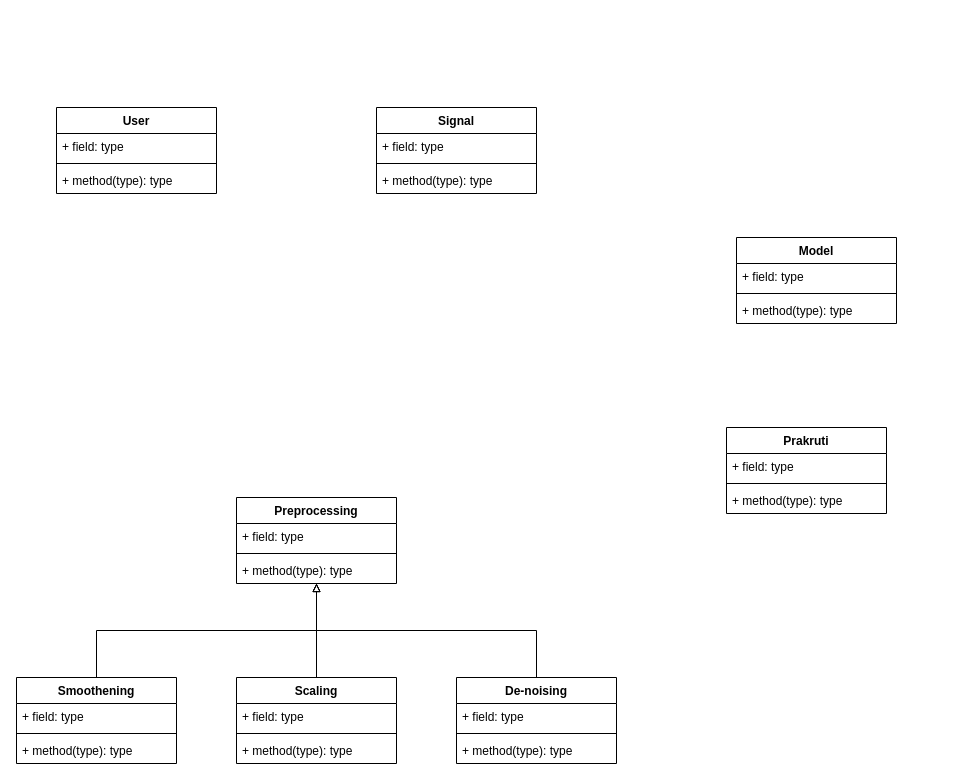
This is page "class" (3 of 8) of nadi.drawio from MohitBurkule/nadi, a draw.io file, before an edit. Source tidied: cells renumbered, new cells numbered last; positions are measured from the earlier drawing's top-left corner, leaving out a move shared by most shapes. Both pictures are drawn from the tidied source at 100%, with x=0, y=0 at pixel (16, 107).
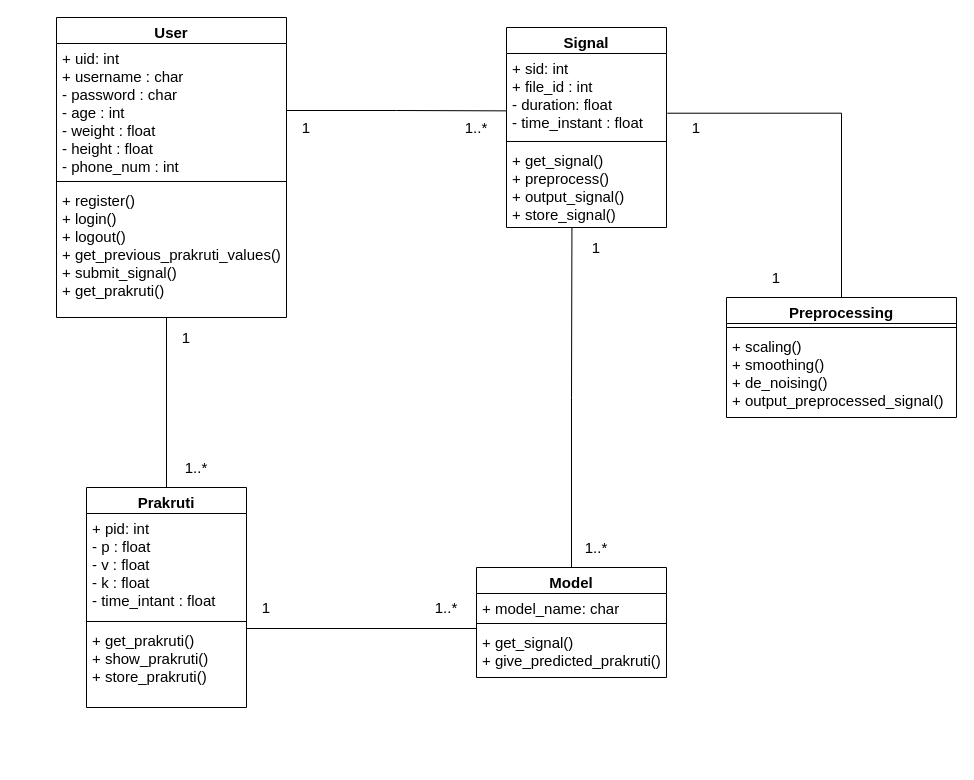
The same page after the edit.

Diff of the diagram source:
```diff
@@
-    <mxCell id="2" value="User" style="swimlane;fontStyle=1;align=center;verticalAlign=top;horizontal=1;startSize=26;" parent="1" vertex="1">
-      <mxGeometry x="40" width="160" height="86" as="geometry" />
+    <mxCell id="2" value="User" style="swimlane;fontStyle=1;align=center;verticalAlign=top;horizontal=1;startSize=26;fontSize=15;" parent="1" vertex="1">
+      <mxGeometry x="40" y="-90" width="230" height="300" as="geometry" />
     </mxCell>
-    <mxCell id="3" value="+ field: type" style="text;strokeColor=none;fillColor=none;align=left;verticalAlign=top;spacingLeft=4;spacingRight=4;overflow=hidden;points=[[0,0.5],[1,0.5]];portConstraint=eastwest;" parent="2" vertex="1">
-      <mxGeometry y="26" width="160" height="26" as="geometry" />
+    <mxCell id="3" value="+ uid: int&#10;+ username : char&#10;- password : char&#10;- age : int&#10;- weight : float&#10;- height : float&#10;- phone_num : int" style="text;strokeColor=none;fillColor=none;align=left;verticalAlign=top;spacingLeft=4;spacingRight=4;overflow=hidden;points=[[0,0.5],[1,0.5]];portConstraint=eastwest;fontSize=15;" parent="2" vertex="1">
+      <mxGeometry y="26" width="230" height="134" as="geometry" />
     </mxCell>
     <mxCell id="4" style="line;strokeWidth=1;fillColor=none;align=left;verticalAlign=middle;spacingTop=-1;spacingLeft=3;spacingRight=3;labelPosition=right;" parent="2" vertex="1">
-      <mxGeometry y="52" width="160" height="8" as="geometry" />
+      <mxGeometry y="160" width="230" height="8" as="geometry" />
     </mxCell>
-    <mxCell id="5" value="+ method(type): type" style="text;strokeColor=none;fillColor=none;align=left;verticalAlign=top;spacingLeft=4;spacingRight=4;overflow=hidden;" parent="2" vertex="1">
-      <mxGeometry y="60" width="160" height="26" as="geometry" />
+    <mxCell id="5" value="+ register()&#10;+ login()&#10;+ logout()&#10;+ get_previous_prakruti_values()&#10;+ submit_signal()&#10;+ get_prakruti()" style="text;strokeColor=none;fillColor=none;align=left;verticalAlign=top;spacingLeft=4;spacingRight=4;overflow=hidden;fontSize=15;fontStyle=0;" parent="2" vertex="1">
+      <mxGeometry y="168" width="230" height="132" as="geometry" />
     </mxCell>
+    <mxCell id="37" style="edgeStyle=orthogonalEdgeStyle;rounded=0;jettySize=auto;html=1;exitX=0.5;exitY=0;exitDx=0;exitDy=0;entryX=1.005;entryY=0.711;entryDx=0;entryDy=0;entryPerimeter=0;endArrow=none;endFill=0;fontSize=15;" parent="1" edge="1" source="6" target="26">
+      <mxGeometry relative="1" as="geometry" />
+    </mxCell>
-    <mxCell id="6" value="Preprocessing" style="swimlane;fontStyle=1;align=center;verticalAlign=top;horizontal=1;startSize=26;" parent="1" vertex="1">
-      <mxGeometry x="220" y="390" width="160" height="86" as="geometry" />
+    <mxCell id="6" value="Preprocessing" style="swimlane;fontStyle=1;align=center;verticalAlign=top;horizontal=1;startSize=26;fontSize=15;" parent="1" vertex="1">
+      <mxGeometry x="710" y="190" width="230" height="120" as="geometry" />
     </mxCell>
-    <mxCell id="7" value="+ field: type" style="text;strokeColor=none;fillColor=none;align=left;verticalAlign=top;spacingLeft=4;spacingRight=4;overflow=hidden;" parent="6" vertex="1">
-      <mxGeometry y="26" width="160" height="26" as="geometry" />
-    </mxCell>
     <mxCell id="8" style="line;strokeWidth=1;fillColor=none;align=left;verticalAlign=middle;spacingTop=-1;spacingLeft=3;spacingRight=3;labelPosition=right;" parent="6" vertex="1">
-      <mxGeometry y="52" width="160" height="8" as="geometry" />
+      <mxGeometry y="26" width="230" height="8" as="geometry" />
     </mxCell>
-    <mxCell id="9" value="+ method(type): type" style="text;strokeColor=none;fillColor=none;align=left;verticalAlign=top;spacingLeft=4;spacingRight=4;overflow=hidden;" parent="6" vertex="1">
-      <mxGeometry y="60" width="160" height="26" as="geometry" />
+    <mxCell id="9" value="+ scaling()&#10;+ smoothing()&#10;+ de_noising()&#10;+ output_preprocessed_signal()" style="text;strokeColor=none;fillColor=none;align=left;verticalAlign=top;spacingLeft=4;spacingRight=4;overflow=hidden;fontSize=15;" parent="6" vertex="1">
+      <mxGeometry y="34" width="230" height="86" as="geometry" />
     </mxCell>
-    <mxCell id="10" style="edgeStyle=orthogonalEdgeStyle;rounded=0;jettySize=auto;html=1;exitX=0.5;exitY=0;exitDx=0;exitDy=0;endArrow=block;endFill=0;" parent="1" edge="1" source="11" target="6">
-      <mxGeometry relative="1" as="geometry" />
-    </mxCell>
-    <mxCell id="11" value="Smoothening" style="swimlane;fontStyle=1;align=center;verticalAlign=top;horizontal=1;startSize=26;" parent="1" vertex="1">
-      <mxGeometry y="570" width="160" height="86" as="geometry" />
-    </mxCell>
-    <mxCell id="12" value="+ field: type" style="text;strokeColor=none;fillColor=none;align=left;verticalAlign=top;spacingLeft=4;spacingRight=4;overflow=hidden;" parent="11" vertex="1">
-      <mxGeometry y="26" width="160" height="26" as="geometry" />
-    </mxCell>
-    <mxCell id="13" style="line;strokeWidth=1;fillColor=none;align=left;verticalAlign=middle;spacingTop=-1;spacingLeft=3;spacingRight=3;labelPosition=right;" parent="11" vertex="1">
-      <mxGeometry y="52" width="160" height="8" as="geometry" />
-    </mxCell>
-    <mxCell id="14" value="+ method(type): type" style="text;strokeColor=none;fillColor=none;align=left;verticalAlign=top;spacingLeft=4;spacingRight=4;overflow=hidden;" parent="11" vertex="1">
-      <mxGeometry y="60" width="160" height="26" as="geometry" />
-    </mxCell>
-    <mxCell id="15" style="edgeStyle=orthogonalEdgeStyle;rounded=0;jettySize=auto;html=1;exitX=0.5;exitY=0;exitDx=0;exitDy=0;endArrow=block;endFill=0;" parent="1" edge="1" source="16" target="6">
-      <mxGeometry relative="1" as="geometry" />
-    </mxCell>
-    <mxCell id="16" value="Scaling" style="swimlane;fontStyle=1;align=center;verticalAlign=top;horizontal=1;startSize=26;" parent="1" vertex="1">
-      <mxGeometry x="220" y="570" width="160" height="86" as="geometry" />
-    </mxCell>
-    <mxCell id="17" value="+ field: type" style="text;strokeColor=none;fillColor=none;align=left;verticalAlign=top;spacingLeft=4;spacingRight=4;overflow=hidden;" parent="16" vertex="1">
-      <mxGeometry y="26" width="160" height="26" as="geometry" />
-    </mxCell>
-    <mxCell id="18" style="line;strokeWidth=1;fillColor=none;align=left;verticalAlign=middle;spacingTop=-1;spacingLeft=3;spacingRight=3;labelPosition=right;" parent="16" vertex="1">
-      <mxGeometry y="52" width="160" height="8" as="geometry" />
-    </mxCell>
-    <mxCell id="19" value="+ method(type): type" style="text;strokeColor=none;fillColor=none;align=left;verticalAlign=top;spacingLeft=4;spacingRight=4;overflow=hidden;" parent="16" vertex="1">
-      <mxGeometry y="60" width="160" height="26" as="geometry" />
-    </mxCell>
-    <mxCell id="20" style="edgeStyle=orthogonalEdgeStyle;rounded=0;jettySize=auto;html=1;exitX=0.5;exitY=0;exitDx=0;exitDy=0;endArrow=block;endFill=0;" parent="1" edge="1" source="21" target="6">
-      <mxGeometry relative="1" as="geometry" />
-    </mxCell>
-    <mxCell id="21" value="De-noising" style="swimlane;fontStyle=1;align=center;verticalAlign=top;horizontal=1;startSize=26;" parent="1" vertex="1">
-      <mxGeometry x="440" y="570" width="160" height="86" as="geometry" />
-    </mxCell>
-    <mxCell id="22" value="+ field: type" style="text;strokeColor=none;fillColor=none;align=left;verticalAlign=top;spacingLeft=4;spacingRight=4;overflow=hidden;" parent="21" vertex="1">
-      <mxGeometry y="26" width="160" height="26" as="geometry" />
-    </mxCell>
-    <mxCell id="23" style="line;strokeWidth=1;fillColor=none;align=left;verticalAlign=middle;spacingTop=-1;spacingLeft=3;spacingRight=3;labelPosition=right;" parent="21" vertex="1">
-      <mxGeometry y="52" width="160" height="8" as="geometry" />
-    </mxCell>
-    <mxCell id="24" value="+ method(type): type" style="text;strokeColor=none;fillColor=none;align=left;verticalAlign=top;spacingLeft=4;spacingRight=4;overflow=hidden;" parent="21" vertex="1">
-      <mxGeometry y="60" width="160" height="26" as="geometry" />
-    </mxCell>
-    <mxCell id="25" value="Signal" style="swimlane;fontStyle=1;align=center;verticalAlign=top;horizontal=1;startSize=26;" parent="1" vertex="1">
-      <mxGeometry x="360" width="160" height="86" as="geometry" />
+    <mxCell id="25" value="Signal" style="swimlane;fontStyle=1;align=center;verticalAlign=top;horizontal=1;startSize=26;fontSize=15;" parent="1" vertex="1">
+      <mxGeometry x="490" y="-80" width="160" height="200" as="geometry" />
     </mxCell>
-    <mxCell id="26" value="+ field: type" style="text;strokeColor=none;fillColor=none;align=left;verticalAlign=top;spacingLeft=4;spacingRight=4;overflow=hidden;points=[[0,0.5],[1,0.5]];portConstraint=eastwest;" parent="25" vertex="1">
-      <mxGeometry y="26" width="160" height="26" as="geometry" />
+    <mxCell id="26" value="+ sid: int&#10;+ file_id : int&#10;- duration: float&#10;- time_instant : float" style="text;strokeColor=none;fillColor=none;align=left;verticalAlign=top;spacingLeft=4;spacingRight=4;overflow=hidden;points=[[0,0.5],[1,0.5]];portConstraint=eastwest;fontSize=15;" parent="25" vertex="1">
+      <mxGeometry y="26" width="160" height="84" as="geometry" />
     </mxCell>
     <mxCell id="27" style="line;strokeWidth=1;fillColor=none;align=left;verticalAlign=middle;spacingTop=-1;spacingLeft=3;spacingRight=3;labelPosition=right;" parent="25" vertex="1">
-      <mxGeometry y="52" width="160" height="8" as="geometry" />
+      <mxGeometry y="110" width="160" height="8" as="geometry" />
     </mxCell>
-    <mxCell id="28" value="+ method(type): type" style="text;strokeColor=none;fillColor=none;align=left;verticalAlign=top;spacingLeft=4;spacingRight=4;overflow=hidden;points=[[0,0.5],[1,0.5]];portConstraint=eastwest;" parent="25" vertex="1">
-      <mxGeometry y="60" width="160" height="26" as="geometry" />
+    <mxCell id="28" value="+ get_signal()&#10;+ preprocess()&#10;+ output_signal()&#10;+ store_signal()" style="text;strokeColor=none;fillColor=none;align=left;verticalAlign=top;spacingLeft=4;spacingRight=4;overflow=hidden;points=[[0,0.5],[1,0.5]];portConstraint=eastwest;fontSize=15;" parent="25" vertex="1">
+      <mxGeometry y="118" width="160" height="82" as="geometry" />
     </mxCell>
+    <mxCell id="38" style="edgeStyle=orthogonalEdgeStyle;rounded=0;jettySize=auto;html=1;exitX=0.5;exitY=0;exitDx=0;exitDy=0;entryX=0.409;entryY=1;entryDx=0;entryDy=0;entryPerimeter=0;endArrow=none;endFill=0;fontSize=15;" parent="1" edge="1" source="29" target="28">
+      <mxGeometry relative="1" as="geometry" />
+    </mxCell>
-    <mxCell id="29" value="Model" style="swimlane;fontStyle=1;align=center;verticalAlign=top;horizontal=1;startSize=26;" parent="1" vertex="1">
-      <mxGeometry x="720" y="130" width="160" height="86" as="geometry" />
+    <mxCell id="29" value="Model" style="swimlane;fontStyle=1;align=center;verticalAlign=top;horizontal=1;startSize=26;fontSize=15;" parent="1" vertex="1">
+      <mxGeometry x="460" y="460" width="190" height="110" as="geometry" />
     </mxCell>
-    <mxCell id="30" value="+ field: type" style="text;strokeColor=none;fillColor=none;align=left;verticalAlign=top;spacingLeft=4;spacingRight=4;overflow=hidden;" parent="29" vertex="1">
-      <mxGeometry y="26" width="160" height="26" as="geometry" />
+    <mxCell id="30" value="+ model_name: char" style="text;strokeColor=none;fillColor=none;align=left;verticalAlign=top;spacingLeft=4;spacingRight=4;overflow=hidden;fontSize=15;" parent="29" vertex="1">
+      <mxGeometry y="26" width="190" height="26" as="geometry" />
     </mxCell>
     <mxCell id="31" style="line;strokeWidth=1;fillColor=none;align=left;verticalAlign=middle;spacingTop=-1;spacingLeft=3;spacingRight=3;labelPosition=right;" parent="29" vertex="1">
-      <mxGeometry y="52" width="160" height="8" as="geometry" />
+      <mxGeometry y="52" width="190" height="8" as="geometry" />
     </mxCell>
-    <mxCell id="32" value="+ method(type): type" style="text;strokeColor=none;fillColor=none;align=left;verticalAlign=top;spacingLeft=4;spacingRight=4;overflow=hidden;" parent="29" vertex="1">
-      <mxGeometry y="60" width="160" height="26" as="geometry" />
+    <mxCell id="32" value="+ get_signal()&#10;+ give_predicted_prakruti()" style="text;strokeColor=none;fillColor=none;align=left;verticalAlign=top;spacingLeft=4;spacingRight=4;overflow=hidden;fontSize=15;" parent="29" vertex="1">
+      <mxGeometry y="60" width="190" height="50" as="geometry" />
     </mxCell>
+    <mxCell id="39" style="edgeStyle=orthogonalEdgeStyle;rounded=0;jettySize=auto;html=1;exitX=0.5;exitY=0;exitDx=0;exitDy=0;endArrow=none;endFill=0;fontSize=15;" parent="1" edge="1" source="33">
+      <mxGeometry relative="1" as="geometry">
+        <mxPoint x="150" y="210" as="targetPoint" />
+        <Array as="points">
+          <mxPoint x="150" y="210" />
+        </Array>
+      </mxGeometry>
+    </mxCell>
-    <mxCell id="33" value="Prakruti" style="swimlane;fontStyle=1;align=center;verticalAlign=top;horizontal=1;startSize=26;" parent="1" vertex="1">
-      <mxGeometry x="710" y="320" width="160" height="86" as="geometry" />
+    <mxCell id="33" value="Prakruti" style="swimlane;fontStyle=1;align=center;verticalAlign=top;horizontal=1;startSize=26;fontSize=15;" parent="1" vertex="1">
+      <mxGeometry x="70" y="380" width="160" height="220" as="geometry" />
     </mxCell>
-    <mxCell id="34" value="+ field: type" style="text;strokeColor=none;fillColor=none;align=left;verticalAlign=top;spacingLeft=4;spacingRight=4;overflow=hidden;" parent="33" vertex="1">
-      <mxGeometry y="26" width="160" height="26" as="geometry" />
+    <mxCell id="34" value="+ pid: int&#10;- p : float&#10;- v : float&#10;- k : float&#10;- time_intant : float" style="text;strokeColor=none;fillColor=none;align=left;verticalAlign=top;spacingLeft=4;spacingRight=4;overflow=hidden;fontSize=15;" parent="33" vertex="1">
+      <mxGeometry y="26" width="160" height="104" as="geometry" />
     </mxCell>
     <mxCell id="35" style="line;strokeWidth=1;fillColor=none;align=left;verticalAlign=middle;spacingTop=-1;spacingLeft=3;spacingRight=3;labelPosition=right;" parent="33" vertex="1">
-      <mxGeometry y="52" width="160" height="8" as="geometry" />
+      <mxGeometry y="130" width="160" height="8" as="geometry" />
     </mxCell>
-    <mxCell id="36" value="+ method(type): type" style="text;strokeColor=none;fillColor=none;align=left;verticalAlign=top;spacingLeft=4;spacingRight=4;overflow=hidden;" parent="33" vertex="1">
-      <mxGeometry y="60" width="160" height="26" as="geometry" />
+    <mxCell id="36" value="+ get_prakruti()&#10;+ show_prakruti()&#10;+ store_prakruti()" style="text;strokeColor=none;fillColor=none;align=left;verticalAlign=top;spacingLeft=4;spacingRight=4;overflow=hidden;fontSize=15;" parent="33" vertex="1">
+      <mxGeometry y="138" width="160" height="82" as="geometry" />
     </mxCell>
+    <mxCell id="40" style="edgeStyle=orthogonalEdgeStyle;rounded=0;jettySize=auto;html=1;exitX=1;exitY=0.5;exitDx=0;exitDy=0;entryX=0.001;entryY=0.683;entryDx=0;entryDy=0;endArrow=none;endFill=0;entryPerimeter=0;" parent="1" edge="1" source="3" target="26">
+      <mxGeometry relative="1" as="geometry" />
+    </mxCell>
+    <mxCell id="41" value="&lt;font style=&quot;font-size: 15px&quot;&gt;1&lt;/font&gt;" style="text;html=1;strokeColor=none;fillColor=none;align=center;verticalAlign=middle;whiteSpace=wrap;rounded=0;" parent="1" vertex="1">
+      <mxGeometry x="270" y="10" width="40" height="20" as="geometry" />
+    </mxCell>
+    <mxCell id="42" value="&lt;font style=&quot;font-size: 15px&quot;&gt;1..*&lt;/font&gt;" style="text;html=1;strokeColor=none;fillColor=none;align=center;verticalAlign=middle;whiteSpace=wrap;rounded=0;" parent="1" vertex="1">
+      <mxGeometry x="440" y="10" width="40" height="20" as="geometry" />
+    </mxCell>
+    <mxCell id="43" value="&lt;font style=&quot;font-size: 15px&quot;&gt;1&lt;/font&gt;" style="text;html=1;strokeColor=none;fillColor=none;align=center;verticalAlign=middle;whiteSpace=wrap;rounded=0;" parent="1" vertex="1">
+      <mxGeometry x="150" y="220" width="40" height="20" as="geometry" />
+    </mxCell>
+    <mxCell id="44" value="&lt;font style=&quot;font-size: 15px&quot;&gt;1..*&lt;/font&gt;" style="text;html=1;strokeColor=none;fillColor=none;align=center;verticalAlign=middle;whiteSpace=wrap;rounded=0;" parent="1" vertex="1">
+      <mxGeometry x="160" y="350" width="40" height="20" as="geometry" />
+    </mxCell>
+    <mxCell id="45" value="&lt;font style=&quot;font-size: 15px&quot;&gt;1&lt;/font&gt;" style="text;html=1;strokeColor=none;fillColor=none;align=center;verticalAlign=middle;whiteSpace=wrap;rounded=0;" parent="1" vertex="1">
+      <mxGeometry x="660" y="10" width="40" height="20" as="geometry" />
+    </mxCell>
+    <mxCell id="46" value="&lt;font style=&quot;font-size: 15px&quot;&gt;1&lt;/font&gt;" style="text;html=1;strokeColor=none;fillColor=none;align=center;verticalAlign=middle;whiteSpace=wrap;rounded=0;" parent="1" vertex="1">
+      <mxGeometry x="740" y="160" width="40" height="20" as="geometry" />
+    </mxCell>
+    <mxCell id="47" value="&lt;font style=&quot;font-size: 15px&quot;&gt;1&lt;/font&gt;" style="text;html=1;strokeColor=none;fillColor=none;align=center;verticalAlign=middle;whiteSpace=wrap;rounded=0;" parent="1" vertex="1">
+      <mxGeometry x="560" y="130" width="40" height="20" as="geometry" />
+    </mxCell>
+    <mxCell id="48" value="&lt;font style=&quot;font-size: 15px&quot;&gt;1..*&lt;/font&gt;" style="text;html=1;strokeColor=none;fillColor=none;align=center;verticalAlign=middle;whiteSpace=wrap;rounded=0;" parent="1" vertex="1">
+      <mxGeometry x="560" y="430" width="40" height="20" as="geometry" />
+    </mxCell>
+    <mxCell id="49" style="edgeStyle=orthogonalEdgeStyle;rounded=0;orthogonalLoop=1;jettySize=auto;html=1;endArrow=none;endFill=0;fontSize=15;" parent="1" edge="1">
+      <mxGeometry relative="1" as="geometry">
+        <mxPoint x="460" y="521" as="sourcePoint" />
+        <mxPoint x="230" y="521" as="targetPoint" />
+        <Array as="points">
+          <mxPoint x="460" y="521" />
+        </Array>
+      </mxGeometry>
+    </mxCell>
+    <mxCell id="50" value="&lt;font style=&quot;font-size: 15px&quot;&gt;1&lt;/font&gt;" style="text;html=1;strokeColor=none;fillColor=none;align=center;verticalAlign=middle;whiteSpace=wrap;rounded=0;" parent="1" vertex="1">
+      <mxGeometry x="230" y="490" width="40" height="20" as="geometry" />
+    </mxCell>
+    <mxCell id="51" value="&lt;font style=&quot;font-size: 15px&quot;&gt;1..*&lt;/font&gt;" style="text;html=1;strokeColor=none;fillColor=none;align=center;verticalAlign=middle;whiteSpace=wrap;rounded=0;" parent="1" vertex="1">
+      <mxGeometry x="410" y="490" width="40" height="20" as="geometry" />
+    </mxCell>
```
